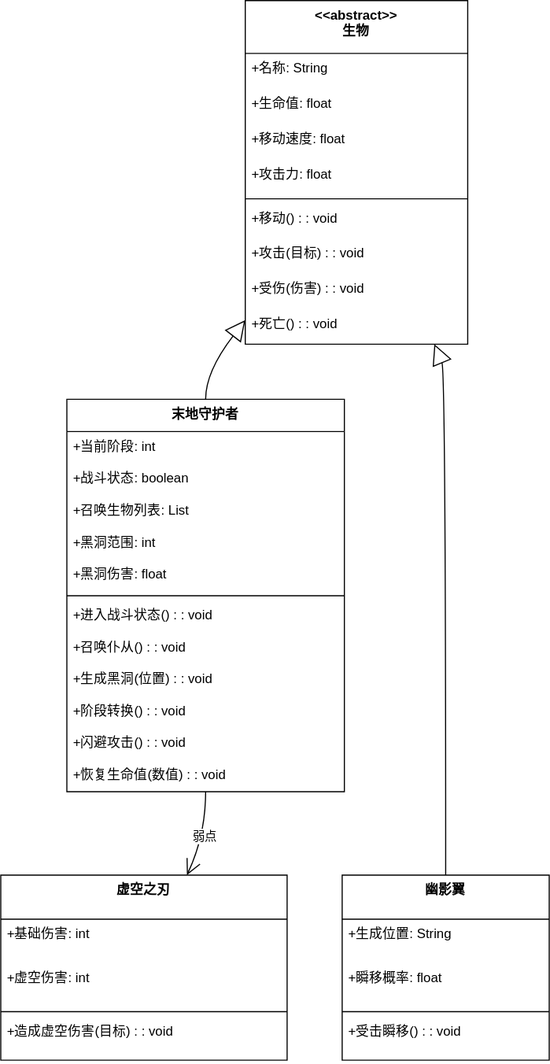
AK47are/minecraft-end-mod keeps this draw.io diagram as docs/开发资料/attachments/类图-生物.svg. Above is the earlier version. Source tidied: cells renumbered, new cells last; positions are measured from the earlier drawing's top-left corner, leaving out a move shared by most shapes.
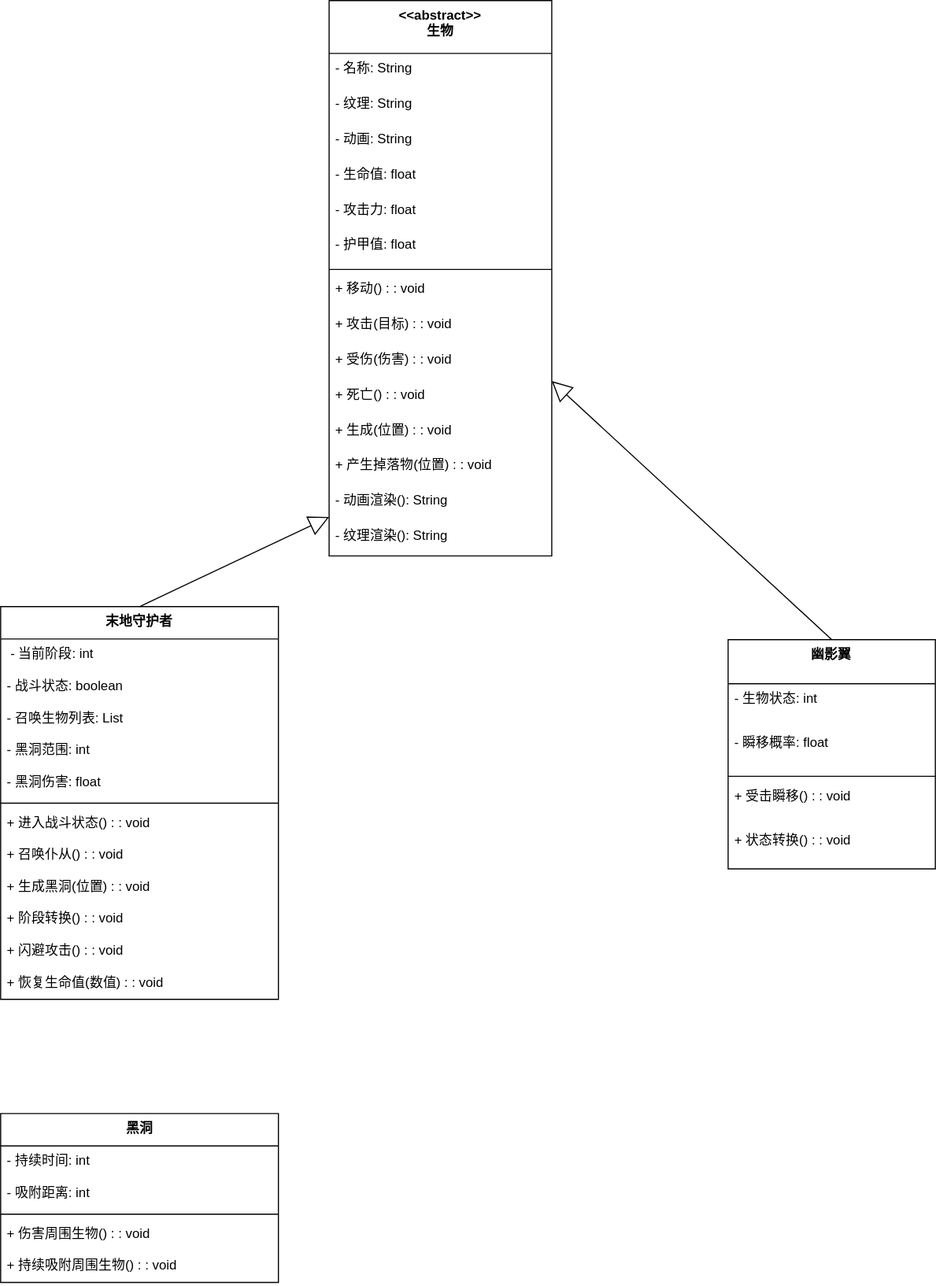
After the change.

Commit message:
需求分析文档更新。 区分结构化的状态转换图和面向对象的状态图。完善生物的类图和生物的状态图。

What changed in the source:
```diff
@@ -3,124 +3,133 @@
     <mxCell id="0" />
     <mxCell id="1" parent="0" />
     <mxCell id="2" value="&lt;&lt;abstract&gt;&gt;&#10;生物" style="swimlane;fontStyle=1;align=center;verticalAlign=top;horizontal=1;startSize=48;" parent="1" vertex="1">
-      <mxGeometry x="222" width="202" height="312" as="geometry" />
+      <mxGeometry x="222" width="202" height="504" as="geometry" />
     </mxCell>
-    <mxCell id="3" value="+名称: String" style="text;strokeColor=none;fillColor=none;align=left;verticalAlign=top;spacingLeft=4;spacingRight=4;overflow=hidden;" parent="2" vertex="1">
+    <mxCell id="3" value="- 名称: String" style="text;strokeColor=none;fillColor=none;align=left;verticalAlign=top;spacingLeft=4;spacingRight=4;overflow=hidden;" parent="2" vertex="1">
       <mxGeometry y="48" width="202" height="32" as="geometry" />
     </mxCell>
+    <mxCell id="38" value="- 纹理: String" style="text;strokeColor=none;fillColor=none;align=left;verticalAlign=top;spacingLeft=4;spacingRight=4;overflow=hidden;" parent="2" vertex="1">
+      <mxGeometry y="80" width="202" height="32" as="geometry" />
+    </mxCell>
+    <mxCell id="39" value="- 动画: String" style="text;strokeColor=none;fillColor=none;align=left;verticalAlign=top;spacingLeft=4;spacingRight=4;overflow=hidden;" parent="2" vertex="1">
+      <mxGeometry y="112" width="202" height="32" as="geometry" />
+    </mxCell>
-    <mxCell id="4" value="+生命值: float" style="text;strokeColor=none;fillColor=none;align=left;verticalAlign=top;spacingLeft=4;spacingRight=4;overflow=hidden;" parent="2" vertex="1">
-      <mxGeometry y="80" width="202" height="32" as="geometry" />
+    <mxCell id="4" value="- 生命值: float" style="text;strokeColor=none;fillColor=none;align=left;verticalAlign=top;spacingLeft=4;spacingRight=4;overflow=hidden;" parent="2" vertex="1">
+      <mxGeometry y="144" width="202" height="32" as="geometry" />
     </mxCell>
-    <mxCell id="5" value="+移动速度: float" style="text;strokeColor=none;fillColor=none;align=left;verticalAlign=top;spacingLeft=4;spacingRight=4;overflow=hidden;" parent="2" vertex="1">
-      <mxGeometry y="112" width="202" height="32" as="geometry" />
-    </mxCell>
-    <mxCell id="6" value="+攻击力: float" style="text;strokeColor=none;fillColor=none;align=left;verticalAlign=top;spacingLeft=4;spacingRight=4;overflow=hidden;" parent="2" vertex="1">
-      <mxGeometry y="144" width="202" height="32" as="geometry" />
+    <mxCell id="6" value="- 攻击力: float" style="text;strokeColor=none;fillColor=none;align=left;verticalAlign=top;spacingLeft=4;spacingRight=4;overflow=hidden;" parent="2" vertex="1">
+      <mxGeometry y="176" width="202" height="32" as="geometry" />
     </mxCell>
+    <mxCell id="40" value="- 护甲值: float" style="text;strokeColor=none;fillColor=none;align=left;verticalAlign=top;spacingLeft=4;spacingRight=4;overflow=hidden;" parent="2" vertex="1">
+      <mxGeometry y="208" width="202" height="32" as="geometry" />
+    </mxCell>
     <mxCell id="7" style="line;strokeWidth=1;fillColor=none;align=left;verticalAlign=middle;spacingTop=-1;spacingLeft=3;spacingRight=3;labelPosition=right;strokeColor=inherit;" parent="2" vertex="1">
-      <mxGeometry y="176" width="202" height="8" as="geometry" />
+      <mxGeometry y="240" width="202" height="8" as="geometry" />
     </mxCell>
-    <mxCell id="8" value="+移动() : : void" style="text;strokeColor=none;fillColor=none;align=left;verticalAlign=top;spacingLeft=4;spacingRight=4;overflow=hidden;" parent="2" vertex="1">
-      <mxGeometry y="184" width="202" height="32" as="geometry" />
+    <mxCell id="8" value="+ 移动() : : void" style="text;strokeColor=none;fillColor=none;align=left;verticalAlign=top;spacingLeft=4;spacingRight=4;overflow=hidden;" parent="2" vertex="1">
+      <mxGeometry y="248" width="202" height="32" as="geometry" />
     </mxCell>
-    <mxCell id="9" value="+攻击(目标) : : void" style="text;strokeColor=none;fillColor=none;align=left;verticalAlign=top;spacingLeft=4;spacingRight=4;overflow=hidden;" parent="2" vertex="1">
-      <mxGeometry y="216" width="202" height="32" as="geometry" />
+    <mxCell id="9" value="+ 攻击(目标) : : void" style="text;strokeColor=none;fillColor=none;align=left;verticalAlign=top;spacingLeft=4;spacingRight=4;overflow=hidden;" parent="2" vertex="1">
+      <mxGeometry y="280" width="202" height="32" as="geometry" />
     </mxCell>
-    <mxCell id="10" value="+受伤(伤害) : : void" style="text;strokeColor=none;fillColor=none;align=left;verticalAlign=top;spacingLeft=4;spacingRight=4;overflow=hidden;" parent="2" vertex="1">
-      <mxGeometry y="248" width="202" height="32" as="geometry" />
+    <mxCell id="10" value="+ 受伤(伤害) : : void" style="text;strokeColor=none;fillColor=none;align=left;verticalAlign=top;spacingLeft=4;spacingRight=4;overflow=hidden;" parent="2" vertex="1">
+      <mxGeometry y="312" width="202" height="32" as="geometry" />
     </mxCell>
-    <mxCell id="11" value="+死亡() : : void" style="text;strokeColor=none;fillColor=none;align=left;verticalAlign=top;spacingLeft=4;spacingRight=4;overflow=hidden;" parent="2" vertex="1">
-      <mxGeometry y="280" width="202" height="32" as="geometry" />
+    <mxCell id="11" value="+ 死亡() : : void" style="text;strokeColor=none;fillColor=none;align=left;verticalAlign=top;spacingLeft=4;spacingRight=4;overflow=hidden;" parent="2" vertex="1">
+      <mxGeometry y="344" width="202" height="32" as="geometry" />
     </mxCell>
-    <mxCell id="12" value="虚空之刃" style="swimlane;fontStyle=1;align=center;verticalAlign=top;horizontal=1;startSize=40;" parent="1" vertex="1">
-      <mxGeometry y="794" width="260" height="168" as="geometry" />
-    </mxCell>
-    <mxCell id="13" value="+基础伤害: int" style="text;strokeColor=none;fillColor=none;align=left;verticalAlign=top;spacingLeft=4;spacingRight=4;overflow=hidden;" parent="12" vertex="1">
-      <mxGeometry y="40" width="260" height="40" as="geometry" />
-    </mxCell>
-    <mxCell id="14" value="+虚空伤害: int" style="text;strokeColor=none;fillColor=none;align=left;verticalAlign=top;spacingLeft=4;spacingRight=4;overflow=hidden;" parent="12" vertex="1">
-      <mxGeometry y="80" width="260" height="40" as="geometry" />
-    </mxCell>
-    <mxCell id="15" style="line;strokeWidth=1;fillColor=none;align=left;verticalAlign=middle;spacingTop=-1;spacingLeft=3;spacingRight=3;labelPosition=right;strokeColor=inherit;" parent="12" vertex="1">
-      <mxGeometry y="120" width="260" height="8" as="geometry" />
-    </mxCell>
-    <mxCell id="16" value="+造成虚空伤害(目标) : : void" style="text;strokeColor=none;fillColor=none;align=left;verticalAlign=top;spacingLeft=4;spacingRight=4;overflow=hidden;" parent="12" vertex="1">
-      <mxGeometry y="128" width="260" height="40" as="geometry" />
-    </mxCell>
+    <mxCell id="41" value="+ 生成(位置) : : void" style="text;strokeColor=none;fillColor=none;align=left;verticalAlign=top;spacingLeft=4;spacingRight=4;overflow=hidden;" parent="2" vertex="1">
+      <mxGeometry y="376" width="202" height="32" as="geometry" />
+    </mxCell>
+    <mxCell id="42" value="+ 产生掉落物(位置) : : void" style="text;strokeColor=none;fillColor=none;align=left;verticalAlign=top;spacingLeft=4;spacingRight=4;overflow=hidden;" parent="2" vertex="1">
+      <mxGeometry y="408" width="202" height="32" as="geometry" />
+    </mxCell>
+    <mxCell id="43" value="- 动画渲染(): String" style="text;strokeColor=none;fillColor=none;align=left;verticalAlign=top;spacingLeft=4;spacingRight=4;overflow=hidden;" parent="2" vertex="1">
+      <mxGeometry y="440" width="202" height="32" as="geometry" />
+    </mxCell>
+    <mxCell id="44" value="- 纹理渲染(): String" style="text;strokeColor=none;fillColor=none;align=left;verticalAlign=top;spacingLeft=4;spacingRight=4;overflow=hidden;" parent="2" vertex="1">
+      <mxGeometry y="472" width="202" height="32" as="geometry" />
+    </mxCell>
     <mxCell id="17" value="幽影翼" style="swimlane;fontStyle=1;align=center;verticalAlign=top;horizontal=1;startSize=40;" parent="1" vertex="1">
-      <mxGeometry x="310" y="794" width="188" height="168" as="geometry" />
+      <mxGeometry x="584" y="580" width="188" height="208" as="geometry" />
     </mxCell>
-    <mxCell id="18" value="+生成位置: String" style="text;strokeColor=none;fillColor=none;align=left;verticalAlign=top;spacingLeft=4;spacingRight=4;overflow=hidden;" parent="17" vertex="1">
-      <mxGeometry y="40" width="188" height="40" as="geometry" />
-    </mxCell>
+    <mxCell id="45" value="- 生物状态: int" style="text;strokeColor=none;fillColor=none;align=left;verticalAlign=top;spacingLeft=4;spacingRight=4;overflow=hidden;" parent="17" vertex="1">
+      <mxGeometry y="40" width="188" height="40" as="geometry" />
+    </mxCell>
-    <mxCell id="19" value="+瞬移概率: float" style="text;strokeColor=none;fillColor=none;align=left;verticalAlign=top;spacingLeft=4;spacingRight=4;overflow=hidden;" parent="17" vertex="1">
+    <mxCell id="19" value="- 瞬移概率: float" style="text;strokeColor=none;fillColor=none;align=left;verticalAlign=top;spacingLeft=4;spacingRight=4;overflow=hidden;" parent="17" vertex="1">
       <mxGeometry y="80" width="188" height="40" as="geometry" />
     </mxCell>
     <mxCell id="20" style="line;strokeWidth=1;fillColor=none;align=left;verticalAlign=middle;spacingTop=-1;spacingLeft=3;spacingRight=3;labelPosition=right;strokeColor=inherit;" parent="17" vertex="1">
       <mxGeometry y="120" width="188" height="8" as="geometry" />
     </mxCell>
-    <mxCell id="21" value="+受击瞬移() : : void" style="text;strokeColor=none;fillColor=none;align=left;verticalAlign=top;spacingLeft=4;spacingRight=4;overflow=hidden;" parent="17" vertex="1">
+    <mxCell id="21" value="+ 受击瞬移() : : void" style="text;strokeColor=none;fillColor=none;align=left;verticalAlign=top;spacingLeft=4;spacingRight=4;overflow=hidden;" parent="17" vertex="1">
       <mxGeometry y="128" width="188" height="40" as="geometry" />
     </mxCell>
+    <mxCell id="46" value="+ 状态转换() : : void" style="text;strokeColor=none;fillColor=none;align=left;verticalAlign=top;spacingLeft=4;spacingRight=4;overflow=hidden;" parent="17" vertex="1">
+      <mxGeometry y="168" width="188" height="40" as="geometry" />
+    </mxCell>
     <mxCell id="22" value="末地守护者" style="swimlane;fontStyle=1;align=center;verticalAlign=top;horizontal=1;startSize=29.333333333333332;" parent="1" vertex="1">
-      <mxGeometry x="60" y="362" width="252" height="356.3" as="geometry" />
+      <mxGeometry x="-76" y="550" width="252" height="356.3" as="geometry" />
     </mxCell>
-    <mxCell id="23" value="+当前阶段: int" style="text;strokeColor=none;fillColor=none;align=left;verticalAlign=top;spacingLeft=4;spacingRight=4;overflow=hidden;" parent="22" vertex="1">
+    <mxCell id="23" value=" - 当前阶段: int" style="text;strokeColor=none;fillColor=none;align=left;verticalAlign=top;spacingLeft=4;spacingRight=4;overflow=hidden;" parent="22" vertex="1">
       <mxGeometry y="29.3" width="252" height="29" as="geometry" />
     </mxCell>
-    <mxCell id="24" value="+战斗状态: boolean" style="text;strokeColor=none;fillColor=none;align=left;verticalAlign=top;spacingLeft=4;spacingRight=4;overflow=hidden;" parent="22" vertex="1">
+    <mxCell id="24" value="- 战斗状态: boolean" style="text;strokeColor=none;fillColor=none;align=left;verticalAlign=top;spacingLeft=4;spacingRight=4;overflow=hidden;" parent="22" vertex="1">
       <mxGeometry y="58.3" width="252" height="29" as="geometry" />
     </mxCell>
-    <mxCell id="25" value="+召唤生物列表: List" style="text;strokeColor=none;fillColor=none;align=left;verticalAlign=top;spacingLeft=4;spacingRight=4;overflow=hidden;" parent="22" vertex="1">
+    <mxCell id="25" value="- 召唤生物列表: List" style="text;strokeColor=none;fillColor=none;align=left;verticalAlign=top;spacingLeft=4;spacingRight=4;overflow=hidden;" parent="22" vertex="1">
       <mxGeometry y="87.3" width="252" height="29" as="geometry" />
     </mxCell>
-    <mxCell id="26" value="+黑洞范围: int" style="text;strokeColor=none;fillColor=none;align=left;verticalAlign=top;spacingLeft=4;spacingRight=4;overflow=hidden;" parent="22" vertex="1">
+    <mxCell id="26" value="- 黑洞范围: int" style="text;strokeColor=none;fillColor=none;align=left;verticalAlign=top;spacingLeft=4;spacingRight=4;overflow=hidden;" parent="22" vertex="1">
       <mxGeometry y="116.3" width="252" height="29" as="geometry" />
     </mxCell>
-    <mxCell id="27" value="+黑洞伤害: float" style="text;strokeColor=none;fillColor=none;align=left;verticalAlign=top;spacingLeft=4;spacingRight=4;overflow=hidden;" parent="22" vertex="1">
+    <mxCell id="27" value="- 黑洞伤害: float" style="text;strokeColor=none;fillColor=none;align=left;verticalAlign=top;spacingLeft=4;spacingRight=4;overflow=hidden;" parent="22" vertex="1">
       <mxGeometry y="145.3" width="252" height="29" as="geometry" />
     </mxCell>
     <mxCell id="28" style="line;strokeWidth=1;fillColor=none;align=left;verticalAlign=middle;spacingTop=-1;spacingLeft=3;spacingRight=3;labelPosition=right;strokeColor=inherit;" parent="22" vertex="1">
       <mxGeometry y="174.3" width="252" height="8" as="geometry" />
     </mxCell>
-    <mxCell id="29" value="+进入战斗状态() : : void" style="text;strokeColor=none;fillColor=none;align=left;verticalAlign=top;spacingLeft=4;spacingRight=4;overflow=hidden;" parent="22" vertex="1">
+    <mxCell id="29" value="+ 进入战斗状态() : : void" style="text;strokeColor=none;fillColor=none;align=left;verticalAlign=top;spacingLeft=4;spacingRight=4;overflow=hidden;" parent="22" vertex="1">
       <mxGeometry y="182.3" width="252" height="29" as="geometry" />
     </mxCell>
-    <mxCell id="30" value="+召唤仆从() : : void" style="text;strokeColor=none;fillColor=none;align=left;verticalAlign=top;spacingLeft=4;spacingRight=4;overflow=hidden;" parent="22" vertex="1">
+    <mxCell id="30" value="+ 召唤仆从() : : void" style="text;strokeColor=none;fillColor=none;align=left;verticalAlign=top;spacingLeft=4;spacingRight=4;overflow=hidden;" parent="22" vertex="1">
       <mxGeometry y="211.3" width="252" height="29" as="geometry" />
     </mxCell>
-    <mxCell id="31" value="+生成黑洞(位置) : : void" style="text;strokeColor=none;fillColor=none;align=left;verticalAlign=top;spacingLeft=4;spacingRight=4;overflow=hidden;" parent="22" vertex="1">
+    <mxCell id="31" value="+ 生成黑洞(位置) : : void" style="text;strokeColor=none;fillColor=none;align=left;verticalAlign=top;spacingLeft=4;spacingRight=4;overflow=hidden;" parent="22" vertex="1">
       <mxGeometry y="240.3" width="252" height="29" as="geometry" />
     </mxCell>
-    <mxCell id="32" value="+阶段转换() : : void" style="text;strokeColor=none;fillColor=none;align=left;verticalAlign=top;spacingLeft=4;spacingRight=4;overflow=hidden;" parent="22" vertex="1">
+    <mxCell id="32" value="+ 阶段转换() : : void" style="text;strokeColor=none;fillColor=none;align=left;verticalAlign=top;spacingLeft=4;spacingRight=4;overflow=hidden;" parent="22" vertex="1">
       <mxGeometry y="269.3" width="252" height="29" as="geometry" />
     </mxCell>
-    <mxCell id="33" value="+闪避攻击() : : void" style="text;strokeColor=none;fillColor=none;align=left;verticalAlign=top;spacingLeft=4;spacingRight=4;overflow=hidden;" parent="22" vertex="1">
+    <mxCell id="33" value="+ 闪避攻击() : : void" style="text;strokeColor=none;fillColor=none;align=left;verticalAlign=top;spacingLeft=4;spacingRight=4;overflow=hidden;" parent="22" vertex="1">
       <mxGeometry y="298.3" width="252" height="29" as="geometry" />
     </mxCell>
-    <mxCell id="34" value="+恢复生命值(数值) : : void" style="text;strokeColor=none;fillColor=none;align=left;verticalAlign=top;spacingLeft=4;spacingRight=4;overflow=hidden;" parent="22" vertex="1">
+    <mxCell id="34" value="+ 恢复生命值(数值) : : void" style="text;strokeColor=none;fillColor=none;align=left;verticalAlign=top;spacingLeft=4;spacingRight=4;overflow=hidden;" parent="22" vertex="1">
       <mxGeometry y="327.3" width="252" height="29" as="geometry" />
     </mxCell>
-    <mxCell id="35" style="curved=1;startArrow=block;startSize=16;startFill=0;endArrow=none;exitX=0.85;exitY=1;entryX=0.5;entryY=0;rounded=0;" parent="1" edge="1" source="2" target="17">
-      <mxGeometry relative="1" as="geometry">
-        <Array as="points">
-          <mxPoint x="404" y="337" />
-        </Array>
-      </mxGeometry>
+    <mxCell id="35" style="startArrow=block;startSize=16;startFill=0;endArrow=none;entryX=0.5;entryY=0;rounded=0;" parent="1" edge="1" source="2" target="17">
+      <mxGeometry relative="1" as="geometry" />
     </mxCell>
-    <mxCell id="36" style="curved=1;startArrow=block;startSize=16;startFill=0;endArrow=none;exitX=0;exitY=0.93;entryX=0.5;entryY=0;rounded=0;" parent="1" edge="1" source="2" target="22">
-      <mxGeometry relative="1" as="geometry">
-        <Array as="points">
-          <mxPoint x="186" y="337" />
-        </Array>
-      </mxGeometry>
+    <mxCell id="36" style="startArrow=block;startSize=16;startFill=0;endArrow=none;exitX=0;exitY=0.93;entryX=0.5;entryY=0;rounded=0;" parent="1" edge="1" source="2" target="22">
+      <mxGeometry relative="1" as="geometry" />
     </mxCell>
-    <mxCell id="37" value="弱点" style="curved=1;startArrow=none;endArrow=open;endSize=12;exitX=0.5;exitY=1;entryX=0.65;entryY=0;rounded=0;" parent="1" edge="1" source="22" target="12">
-      <mxGeometry relative="1" as="geometry">
-        <Array as="points">
-          <mxPoint x="186" y="758" />
-        </Array>
-      </mxGeometry>
-    </mxCell>
+    <mxCell id="47" value="黑洞" style="swimlane;fontStyle=1;align=center;verticalAlign=top;horizontal=1;startSize=29.333333333333332;" parent="1" vertex="1">
+      <mxGeometry x="-76" y="1010" width="252" height="153.3" as="geometry" />
+    </mxCell>
+    <mxCell id="48" value="- 持续时间: int" style="text;strokeColor=none;fillColor=none;align=left;verticalAlign=top;spacingLeft=4;spacingRight=4;overflow=hidden;" parent="47" vertex="1">
+      <mxGeometry y="29.3" width="252" height="29" as="geometry" />
+    </mxCell>
+    <mxCell id="49" value="- 吸附距离: int" style="text;strokeColor=none;fillColor=none;align=left;verticalAlign=top;spacingLeft=4;spacingRight=4;overflow=hidden;" parent="47" vertex="1">
+      <mxGeometry y="58.3" width="252" height="29" as="geometry" />
+    </mxCell>
+    <mxCell id="50" style="line;strokeWidth=1;fillColor=none;align=left;verticalAlign=middle;spacingTop=-1;spacingLeft=3;spacingRight=3;labelPosition=right;strokeColor=inherit;" parent="47" vertex="1">
+      <mxGeometry y="87.3" width="252" height="8" as="geometry" />
+    </mxCell>
+    <mxCell id="51" value="+ 伤害周围生物() : : void" style="text;strokeColor=none;fillColor=none;align=left;verticalAlign=top;spacingLeft=4;spacingRight=4;overflow=hidden;" parent="47" vertex="1">
+      <mxGeometry y="95.3" width="252" height="29" as="geometry" />
+    </mxCell>
+    <mxCell id="52" value="+ 持续吸附周围生物() : : void" style="text;strokeColor=none;fillColor=none;align=left;verticalAlign=top;spacingLeft=4;spacingRight=4;overflow=hidden;" parent="47" vertex="1">
+      <mxGeometry y="124.3" width="252" height="29" as="geometry" />
+    </mxCell>
   </root>
 </mxGraphModel>
```
